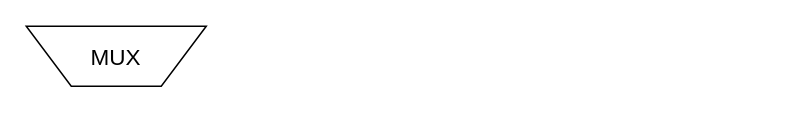
Above: hlsls.drawio in kxzhu0505/Delay-Padding-For-Multi-corner (draw.io), before the change. Source tidied: cells renumbered, new cells numbered last; positions are measured from the earlier drawing's top-left corner, leaving out a move shared by most shapes. Both pictures are drawn from the tidied source at 150%, with x=0, y=0 at pixel (26, 26).
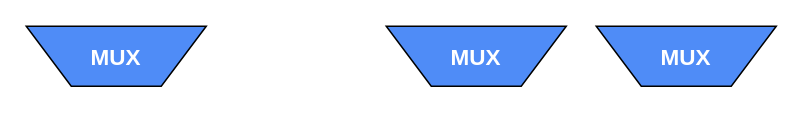
After the change.

Change to the diagram source:
```diff
@@
 <mxGraphModel>
   <root>
     <mxCell id="0" />
     <mxCell id="1" parent="0" />
+    <mxCell id="4" style="group;" parent="1" vertex="1">
+      <mxGeometry width="120" height="40" as="geometry" />
+    </mxCell>
-    <mxCell id="2" style="shape=trapezoid;perimeter=trapezoidPerimeter;whiteSpace=wrap;html=1;fixedSize=1;size=30;rotation=-180;" parent="1" vertex="1">
+    <mxCell id="2" style="shape=trapezoid;perimeter=trapezoidPerimeter;whiteSpace=wrap;html=1;fixedSize=1;size=30;rotation=-180;fillColor=light-dark(#4f8cf7, #ededed);" parent="4" vertex="1">
       <mxGeometry width="120" height="40" as="geometry" />
     </mxCell>
-    <mxCell id="3" value="&lt;font style=&quot;font-size: 15px;&quot;&gt;MUX&lt;/font&gt;" style="text;html=1;align=center;verticalAlign=middle;whiteSpace=wrap;rounded=0;" parent="1" vertex="1">
+    <mxCell id="3" value="&lt;font style=&quot;font-size: 15px; color: rgb(255, 255, 255);&quot;&gt;&lt;b&gt;MUX&lt;/b&gt;&lt;/font&gt;" style="text;html=1;align=center;verticalAlign=middle;whiteSpace=wrap;rounded=0;" parent="4" vertex="1">
       <mxGeometry x="30" y="5" width="60" height="30" as="geometry" />
     </mxCell>
+    <mxCell id="5" style="group;" parent="1" vertex="1">
+      <mxGeometry x="240" width="120" height="40" as="geometry" />
+    </mxCell>
+    <mxCell id="6" style="shape=trapezoid;perimeter=trapezoidPerimeter;whiteSpace=wrap;html=1;fixedSize=1;size=30;rotation=-180;fillColor=light-dark(#4f8cf7, #ededed);" parent="5" vertex="1">
+      <mxGeometry width="120" height="40" as="geometry" />
+    </mxCell>
+    <mxCell id="7" value="&lt;font style=&quot;font-size: 15px; color: rgb(255, 255, 255);&quot;&gt;&lt;b&gt;MUX&lt;/b&gt;&lt;/font&gt;" style="text;html=1;align=center;verticalAlign=middle;whiteSpace=wrap;rounded=0;" parent="5" vertex="1">
+      <mxGeometry x="30" y="5" width="60" height="30" as="geometry" />
+    </mxCell>
+    <mxCell id="8" style="group;" parent="1" vertex="1">
+      <mxGeometry x="380" width="120" height="40" as="geometry" />
+    </mxCell>
+    <mxCell id="9" style="shape=trapezoid;perimeter=trapezoidPerimeter;whiteSpace=wrap;html=1;fixedSize=1;size=30;rotation=-180;fillColor=light-dark(#4f8cf7, #ededed);" parent="8" vertex="1">
+      <mxGeometry width="120" height="40" as="geometry" />
+    </mxCell>
+    <mxCell id="10" value="&lt;font style=&quot;font-size: 15px; color: rgb(255, 255, 255);&quot;&gt;&lt;b&gt;MUX&lt;/b&gt;&lt;/font&gt;" style="text;html=1;align=center;verticalAlign=middle;whiteSpace=wrap;rounded=0;" parent="8" vertex="1">
+      <mxGeometry x="30" y="5" width="60" height="30" as="geometry" />
+    </mxCell>
   </root>
 </mxGraphModel>
```
